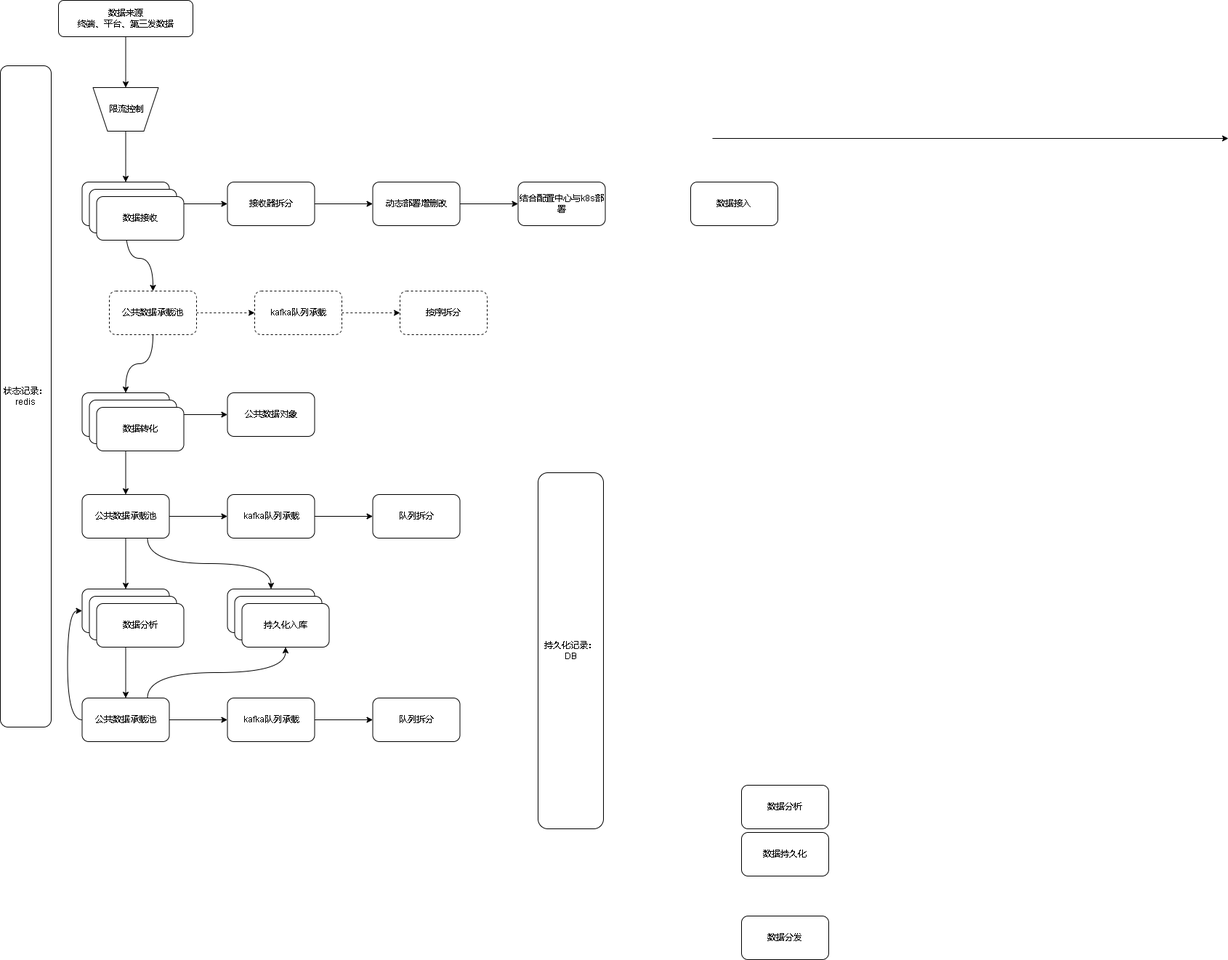
xktder/draw keeps this draw.io diagram as 808后台架构.drawio.png. Above is the earlier version. Source tidied: cells renumbered, new cells last; positions are measured from the earlier drawing's top-left corner, leaving out a move shared by most shapes.
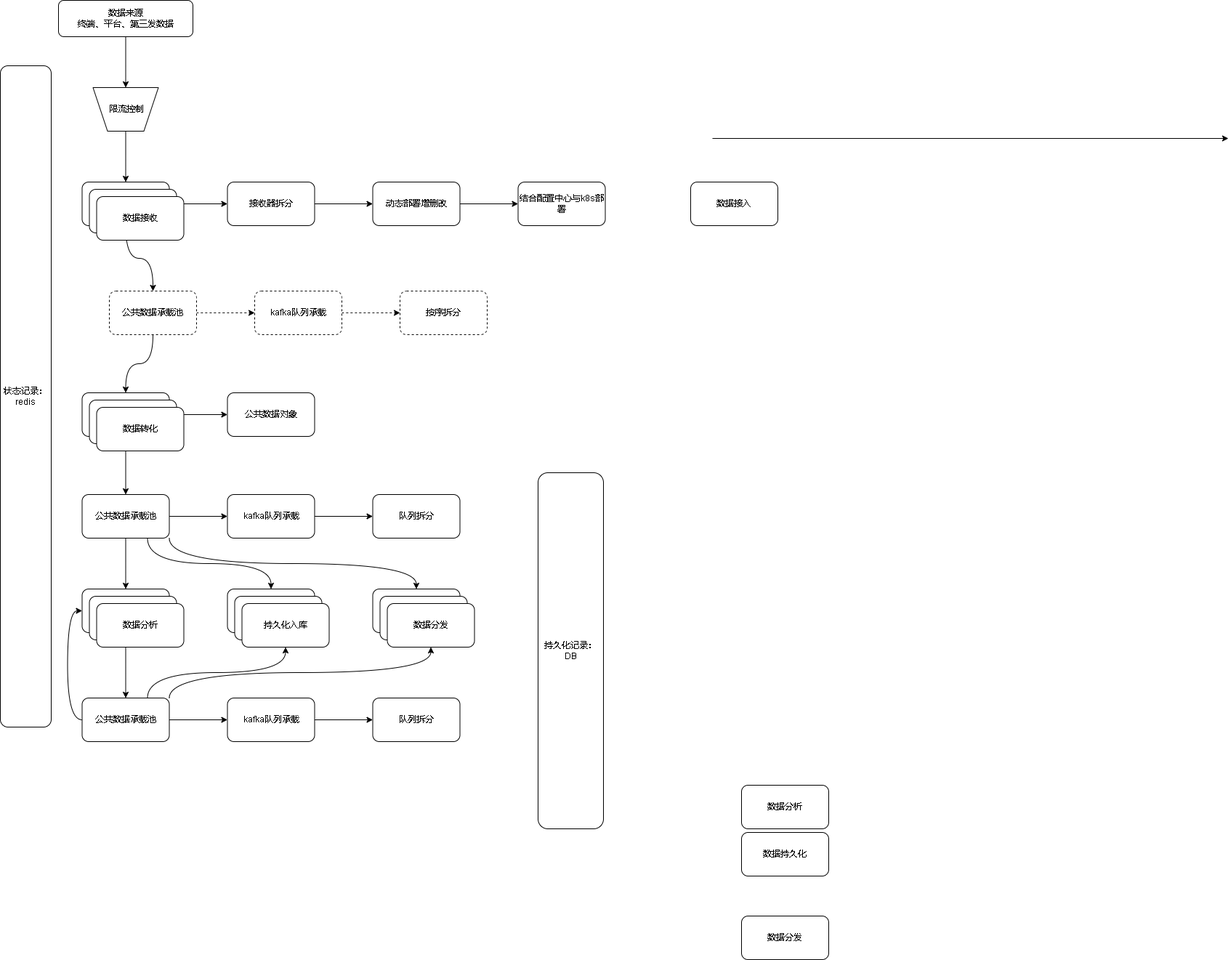
The same diagram one commit later.

Commit message:
更新808后台架构.drawio.png

Diff of the diagram source:
```diff
@@ -62,6 +62,9 @@
     <mxCell id="21" style="edgeStyle=orthogonalEdgeStyle;curved=1;rounded=0;jettySize=auto;html=1;exitX=0.75;exitY=1;exitDx=0;exitDy=0;entryX=0.5;entryY=0;entryDx=0;entryDy=0;" parent="1" edge="1" source="22" target="54">
       <mxGeometry relative="1" as="geometry" />
     </mxCell>
+    <mxCell id="57" style="edgeStyle=orthogonalEdgeStyle;curved=1;rounded=0;jettySize=auto;html=1;exitX=1;exitY=1;exitDx=0;exitDy=0;entryX=0.5;entryY=0;entryDx=0;entryDy=0;" parent="1" edge="1" source="22" target="59">
+      <mxGeometry relative="1" as="geometry" />
+    </mxCell>
     <mxCell id="22" value="公共数据承载池" style="whiteSpace=wrap;html=1;rounded=1;" parent="1" vertex="1">
       <mxGeometry x="112.5" y="680" width="120" height="60" as="geometry" />
     </mxCell>
@@ -146,6 +149,9 @@
     <mxCell id="48" style="edgeStyle=orthogonalEdgeStyle;curved=1;rounded=0;jettySize=auto;html=1;exitX=0.75;exitY=0;exitDx=0;exitDy=0;entryX=0.5;entryY=1;entryDx=0;entryDy=0;" parent="1" edge="1" source="49" target="56">
       <mxGeometry relative="1" as="geometry" />
     </mxCell>
+    <mxCell id="58" style="edgeStyle=orthogonalEdgeStyle;curved=1;rounded=0;jettySize=auto;html=1;exitX=1;exitY=0;exitDx=0;exitDy=0;entryX=0.5;entryY=1;entryDx=0;entryDy=0;" parent="1" edge="1" source="49" target="61">
+      <mxGeometry relative="1" as="geometry" />
+    </mxCell>
     <mxCell id="49" value="公共数据承载池" style="whiteSpace=wrap;html=1;rounded=1;" parent="1" vertex="1">
       <mxGeometry x="112.5" y="960" width="120" height="60" as="geometry" />
     </mxCell>
@@ -170,5 +176,14 @@
     <mxCell id="56" value="持久化入库" style="whiteSpace=wrap;html=1;rounded=1;" parent="1" vertex="1">
       <mxGeometry x="332.5" y="830" width="120" height="60" as="geometry" />
     </mxCell>
+    <mxCell id="59" value="持久化入库" style="whiteSpace=wrap;html=1;rounded=1;" parent="1" vertex="1">
+      <mxGeometry x="512.5" y="810" width="120" height="60" as="geometry" />
+    </mxCell>
+    <mxCell id="60" value="持久化入库" style="whiteSpace=wrap;html=1;rounded=1;" parent="1" vertex="1">
+      <mxGeometry x="522.5" y="820" width="120" height="60" as="geometry" />
+    </mxCell>
+    <mxCell id="61" value="数据分发" style="whiteSpace=wrap;html=1;rounded=1;" parent="1" vertex="1">
+      <mxGeometry x="532.5" y="830" width="120" height="60" as="geometry" />
+    </mxCell>
   </root>
 </mxGraphModel>
```
